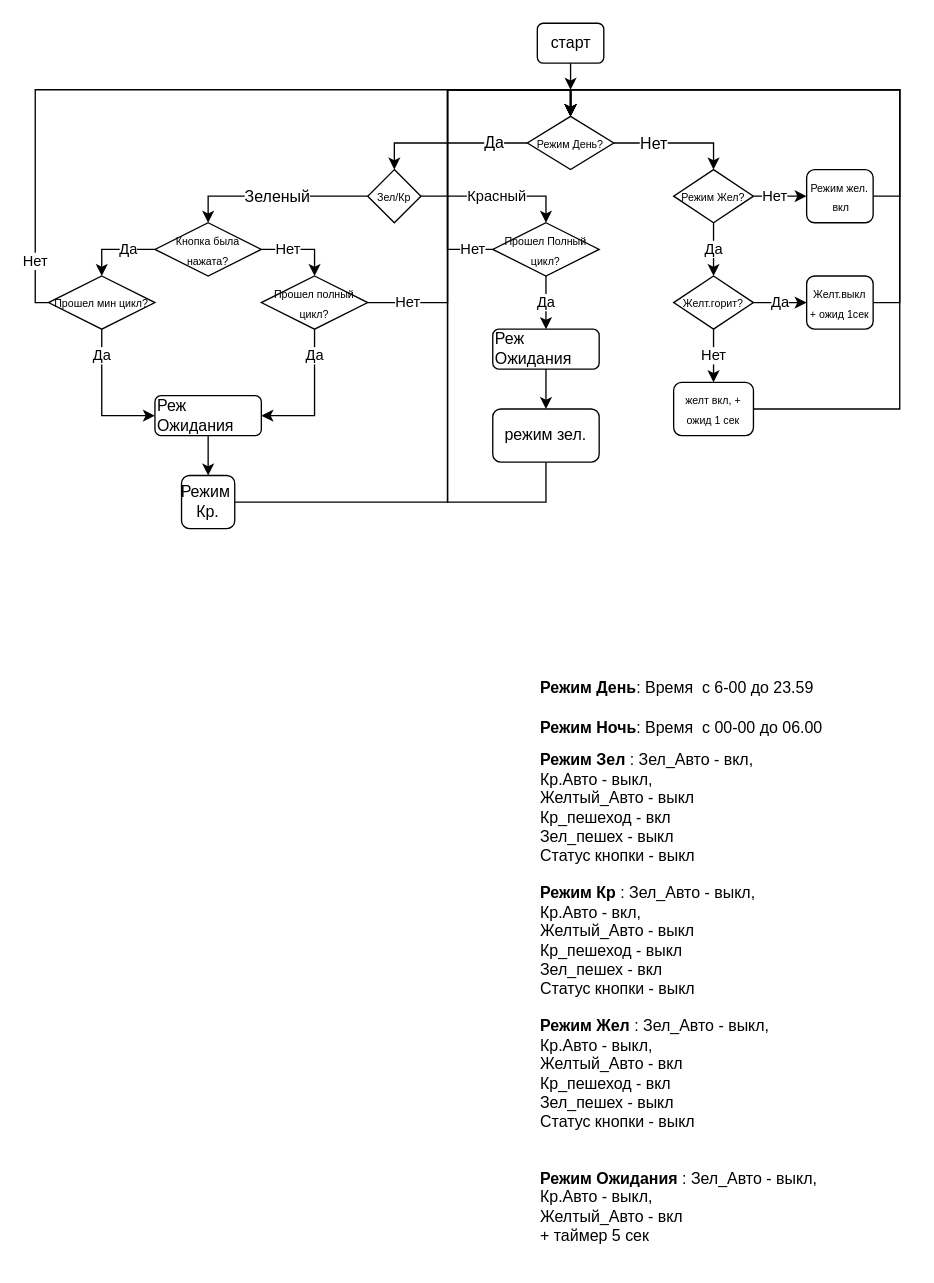
Zed-chi/svetofor keeps this draw.io diagram as Untitled Diagram.drawio. Above is the earlier version. Source tidied: cells renumbered, new cells numbered last; positions are measured from the earlier drawing's top-left corner, leaving out a move shared by most shapes. Both pictures are drawn from the tidied source at 133%, with x=0, y=0 at pixel (35, 23).
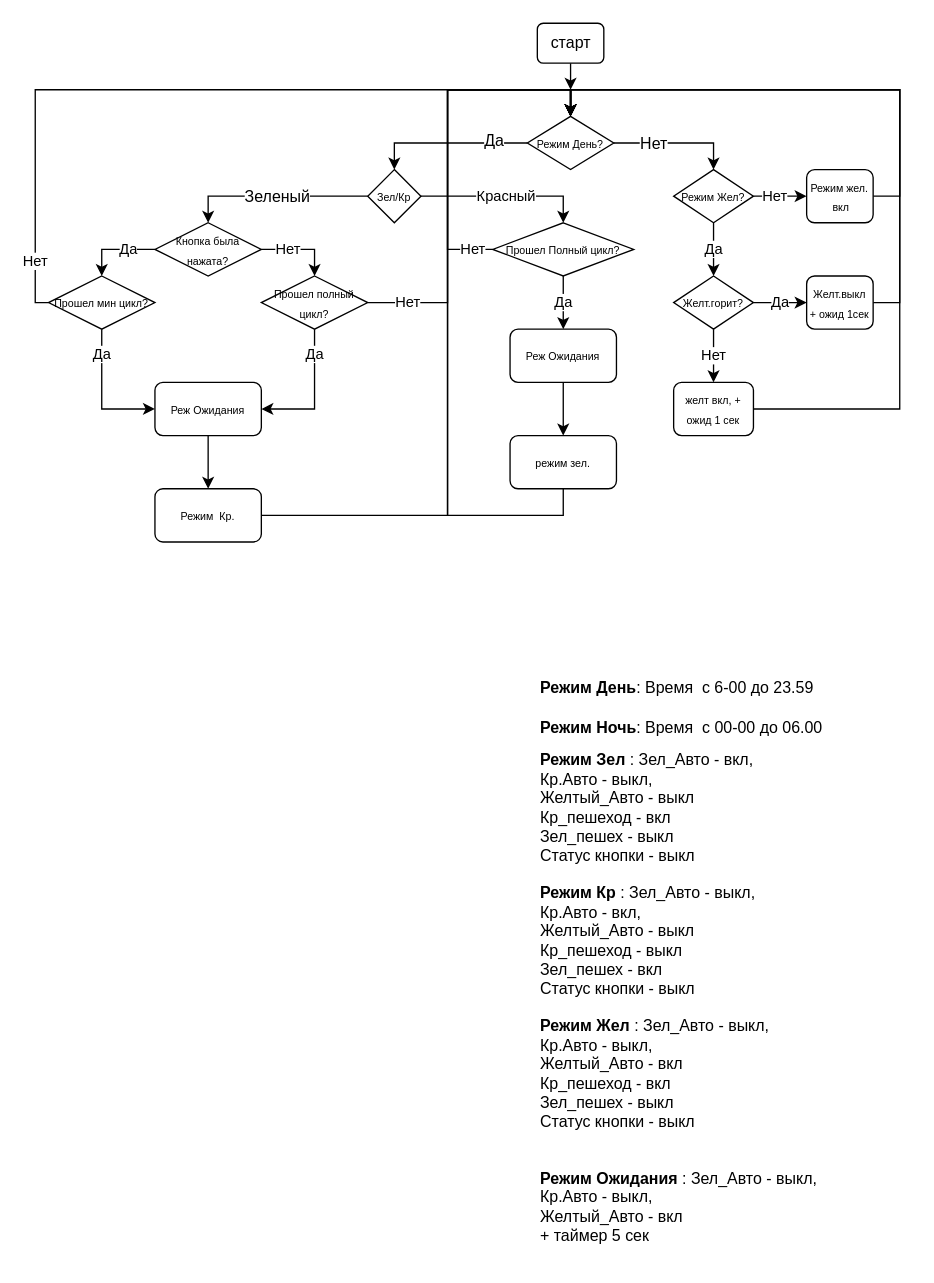
After the change.

Unchanged cells that the change refers to:
```xml
<mxCell id="7" value="&lt;font style=&quot;font-size: 8px&quot;&gt;Режим День?&lt;/font&gt;" style="rhombus;whiteSpace=wrap;html=1;" parent="1" vertex="1">
  <mxGeometry x="370" y="70" width="65" height="40" as="geometry" />
</mxCell>
```

Change to the diagram source:
```diff
@@
     <mxCell id="17" style="edgeStyle=orthogonalEdgeStyle;rounded=0;jettySize=auto;html=1;exitX=1;exitY=0.5;exitDx=0;exitDy=0;entryX=0.5;entryY=0;entryDx=0;entryDy=0;" parent="1" edge="1" source="18" target="7">
       <mxGeometry relative="1" as="geometry">
         <Array as="points">
-          <mxPoint x="310" y="360" />
+          <mxPoint x="310" y="370" />
           <mxPoint x="310" y="50" />
           <mxPoint x="403" y="50" />
         </Array>
       </mxGeometry>
     </mxCell>
-    <mxCell id="18" value="Режим&amp;nbsp; Кр." style="rounded=1;whiteSpace=wrap;html=1;" parent="1" vertex="1">
-      <mxGeometry x="110" y="340" width="40" height="40" as="geometry" />
+    <mxCell id="18" value="&lt;font style=&quot;font-size: 8px&quot;&gt;Режим&amp;nbsp; Кр.&lt;/font&gt;" style="rounded=1;whiteSpace=wrap;html=1;" parent="1" vertex="1">
+      <mxGeometry x="90" y="350" width="80" height="40" as="geometry" />
     </mxCell>
@@
     <mxCell id="24" value="&lt;font style=&quot;font-size: 8px&quot;&gt;Прошел Полный цикл?&lt;/font&gt;" style="rhombus;whiteSpace=wrap;html=1;" parent="1" vertex="1">
-      <mxGeometry x="344" y="150" width="80" height="40" as="geometry" />
+      <mxGeometry x="344" y="150" width="106" height="40" as="geometry" />
     </mxCell>
     <mxCell id="25" style="edgeStyle=orthogonalEdgeStyle;rounded=0;jettySize=auto;html=1;exitX=0.5;exitY=1;exitDx=0;exitDy=0;entryX=0.5;entryY=0;entryDx=0;entryDy=0;" parent="1" edge="1" source="27" target="7">
       <mxGeometry relative="1" as="geometry">
         <Array as="points">
-          <mxPoint x="384" y="360" />
-          <mxPoint x="310" y="360" />
+          <mxPoint x="397" y="370" />
+          <mxPoint x="310" y="370" />
           <mxPoint x="310" y="50" />
           <mxPoint x="403" y="50" />
         </Array>
       </mxGeometry>
     </mxCell>
     <mxCell id="26" value="Да" style="text;html=1;align=center;verticalAlign=middle;labelBackgroundColor=#ffffff;" parent="25" vertex="1">
       <mxGeometry x="0.42" y="3" relative="1" as="geometry">
-        <mxPoint x="37" y="-0.7" as="offset" />
+        <mxPoint x="37" y="-6" as="offset" />
       </mxGeometry>
     </mxCell>
-    <mxCell id="27" value="режим зел." style="rounded=1;whiteSpace=wrap;html=1;" parent="1" vertex="1">
-      <mxGeometry x="344" y="290" width="80" height="40" as="geometry" />
+    <mxCell id="27" value="&lt;font style=&quot;font-size: 8px&quot;&gt;режим зел.&lt;/font&gt;" style="rounded=1;whiteSpace=wrap;html=1;" parent="1" vertex="1">
+      <mxGeometry x="357" y="310" width="80" height="40" as="geometry" />
     </mxCell>
@@
-    <mxCell id="46" value="Реж Ожидания" style="rounded=1;whiteSpace=wrap;html=1;align=left;" parent="1" vertex="1">
-      <mxGeometry x="90" y="280" width="80" height="30" as="geometry" />
+    <mxCell id="46" value="&lt;font style=&quot;font-size: 8px&quot;&gt;Реж Ожидания&lt;/font&gt;" style="rounded=1;whiteSpace=wrap;html=1;align=center;" parent="1" vertex="1">
+      <mxGeometry x="90" y="270" width="80" height="40" as="geometry" />
     </mxCell>
@@
-    <mxCell id="49" value="Реж Ожидания" style="rounded=1;whiteSpace=wrap;html=1;align=left;" parent="1" vertex="1">
-      <mxGeometry x="344" y="230" width="80" height="30" as="geometry" />
+    <mxCell id="49" value="&lt;font style=&quot;font-size: 8px&quot;&gt;Реж Ожидания&lt;/font&gt;" style="rounded=1;whiteSpace=wrap;html=1;align=center;" parent="1" vertex="1">
+      <mxGeometry x="357" y="230" width="80" height="40" as="geometry" />
     </mxCell>
```
